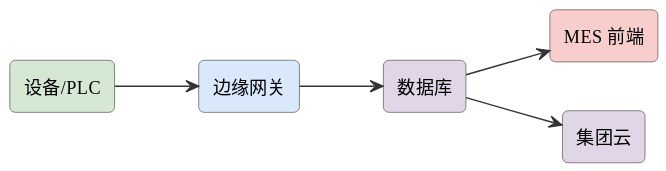
mingyi0818/IntelligentMcuCourse keeps this PlantUML diagram as assets/diagrams/ideas-fig80.svg. Above is the earlier version.
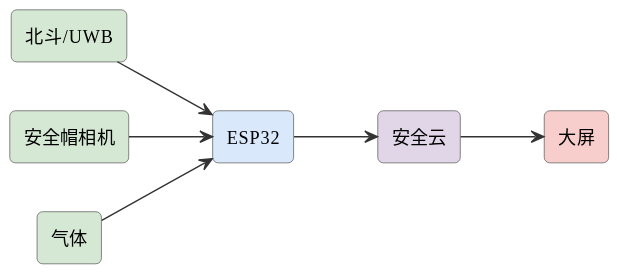
After the change.

What changed in the source:
```diff
@@ -6,13 +6,15 @@
 skinparam arrowFontSize 11
 skinparam arrowColor #333
 left to right direction
-rectangle "设备/PLC" as plc #d5e8d4
-rectangle "边缘网关" as edge #dae8fc
-rectangle "数据库" as db #e1d5e8
-rectangle "MES 前端" as mes #f8cecc
-rectangle "集团云" as cloud #e1d5e8
-plc --> edge
-edge --> db
-db --> mes
-db --> cloud
+rectangle "北斗/UWB" as pos #d5e8d4
+rectangle "安全帽相机" as cam #d5e8d4
+rectangle "ESP32" as esp #dae8fc
+rectangle "气体" as gas #d5e8d4
+rectangle "安全云" as cloud #e1d5e8
+rectangle "大屏" as scr #f8cecc
+pos --> esp
+cam --> esp
+gas --> esp
+esp --> cloud
+cloud --> scr
 @enduml
```
